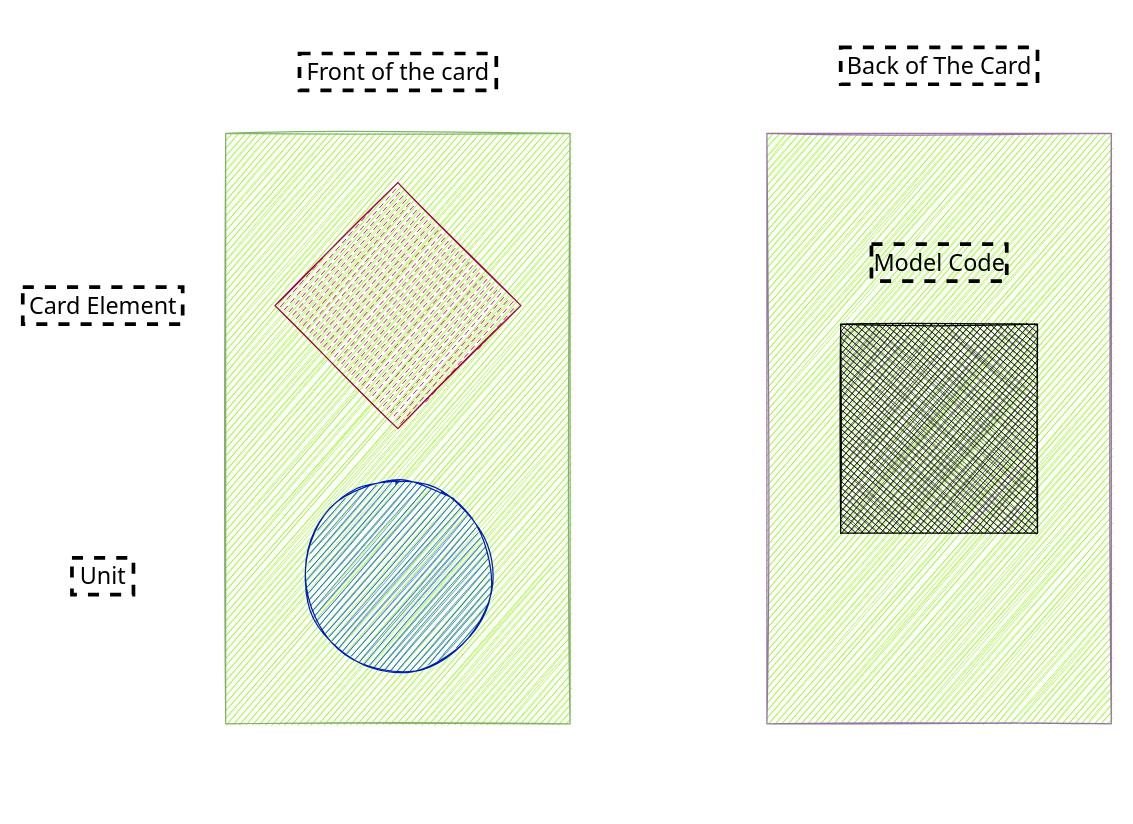
Before: diagrams and cards/CardDiagram.drawio in Bogdan405/PolyWarProject, a draw.io diagram. Source tidied: cells renumbered, new cells numbered last; positions are measured from the earlier drawing's top-left corner, leaving out a move shared by most shapes. Both pictures are drawn from the tidied source at 123%, with x=0, y=0 at pixel (22, 47).
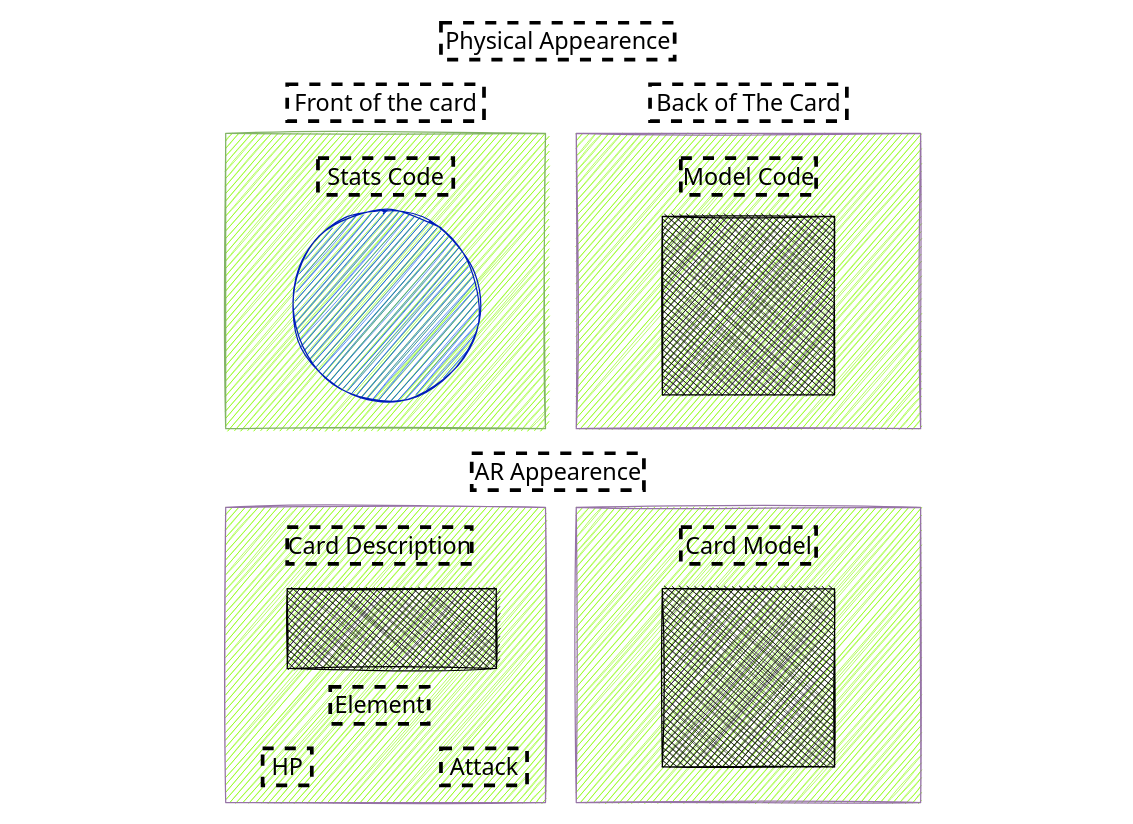
Above is the later version.

Commit message (it also covers changes not shown here):
Updated Card Diagram

What changed in the source:
```diff
@@
     <mxCell id="2" style="rounded=0;whiteSpace=wrap;html=1;strokeColor=#82b366;sketch=1;fillColor=#87FC00;" parent="1" vertex="1">
-      <mxGeometry x="165" y="70" width="280" height="480" as="geometry" />
+      <mxGeometry x="165" y="70" width="260" height="240" as="geometry" />
     </mxCell>
     <mxCell id="3" style="rounded=0;whiteSpace=wrap;html=1;strokeColor=#9673a6;sketch=1;glass=0;fillColor=#87FC00;" parent="1" vertex="1">
-      <mxGeometry x="605" y="70" width="280" height="480" as="geometry" />
+      <mxGeometry x="450" y="70" width="280" height="240" as="geometry" />
     </mxCell>
     <mxCell id="4" style="rounded=0;whiteSpace=wrap;html=1;glass=0;sketch=1;fillColor=#000000;fillStyle=cross-hatch;" parent="1" vertex="1">
-      <mxGeometry x="665" y="225" width="160" height="170" as="geometry" />
+      <mxGeometry x="520" y="137.5" width="140" height="145" as="geometry" />
     </mxCell>
-    <mxCell id="5" style="rhombus;whiteSpace=wrap;html=1;glass=0;sketch=1;fillColor=#d80073;strokeColor=#A50040;fontColor=#ffffff;fillStyle=dashed;" parent="1" vertex="1">
-      <mxGeometry x="205" y="110" width="200" height="200" as="geometry" />
-    </mxCell>
     <mxCell id="6" style="ellipse;whiteSpace=wrap;html=1;glass=0;sketch=1;fillColor=#0050ef;strokeColor=#001DBC;fontColor=#ffffff;fillStyle=dots;" parent="1" vertex="1">
-      <mxGeometry x="225" y="350" width="160" height="160" as="geometry" />
+      <mxGeometry x="215" y="130" width="160" height="160" as="geometry" />
     </mxCell>
     <mxCell id="7" value="Front of the card" style="text;html=1;align=center;verticalAlign=middle;fontSize=19;fontFamily=Tahoma;strokeColor=#000000;dashed=1;strokeWidth=3;" parent="1" vertex="1">
-      <mxGeometry x="225" y="5" width="160" height="30" as="geometry" />
+      <mxGeometry x="215" y="30" width="160" height="30" as="geometry" />
     </mxCell>
     <mxCell id="8" value="Back of The Card" style="text;html=1;align=center;verticalAlign=middle;fontSize=19;fontFamily=Tahoma;strokeColor=#000000;dashed=1;strokeWidth=3;" parent="1" vertex="1">
-      <mxGeometry x="665" width="160" height="30" as="geometry" />
+      <mxGeometry x="510" y="30" width="160" height="30" as="geometry" />
     </mxCell>
-    <mxCell id="9" value="Card Element" style="text;html=1;align=center;verticalAlign=middle;fontSize=19;fontFamily=Tahoma;strokeColor=#000000;dashed=1;strokeWidth=3;" parent="1" vertex="1">
-      <mxGeometry y="195" width="130" height="30" as="geometry" />
-    </mxCell>
-    <mxCell id="10" value="Unit" style="text;html=1;align=center;verticalAlign=middle;fontSize=19;fontFamily=Tahoma;strokeColor=#000000;dashed=1;strokeWidth=3;" parent="1" vertex="1">
-      <mxGeometry x="40" y="415" width="50" height="30" as="geometry" />
-    </mxCell>
     <mxCell id="11" value="Model Code" style="text;html=1;align=center;verticalAlign=middle;fontSize=19;fontFamily=Tahoma;strokeColor=#000000;dashed=1;strokeWidth=3;" parent="1" vertex="1">
-      <mxGeometry x="690" y="160" width="110" height="30" as="geometry" />
+      <mxGeometry x="535" y="90" width="110" height="30" as="geometry" />
     </mxCell>
+    <mxCell id="12" value="Stats Code" style="text;html=1;align=center;verticalAlign=middle;fontSize=19;fontFamily=Tahoma;strokeColor=#000000;dashed=1;strokeWidth=3;" parent="1" vertex="1">
+      <mxGeometry x="240" y="90" width="110" height="30" as="geometry" />
+    </mxCell>
+    <mxCell id="13" value="Physical Appearence" style="text;html=1;align=center;verticalAlign=middle;fontSize=19;fontFamily=Tahoma;strokeColor=#000000;dashed=1;strokeWidth=3;" parent="1" vertex="1">
+      <mxGeometry x="340" y="-20" width="190" height="30" as="geometry" />
+    </mxCell>
+    <mxCell id="14" value="AR Appearence" style="text;html=1;align=center;verticalAlign=middle;fontSize=19;fontFamily=Tahoma;strokeColor=#000000;dashed=1;strokeWidth=3;" parent="1" vertex="1">
+      <mxGeometry x="365" y="330" width="140" height="30" as="geometry" />
+    </mxCell>
+    <mxCell id="15" style="rounded=0;whiteSpace=wrap;html=1;strokeColor=#9673a6;sketch=1;glass=0;fillColor=#87FC00;" parent="1" vertex="1">
+      <mxGeometry x="450" y="374" width="280" height="240" as="geometry" />
+    </mxCell>
+    <mxCell id="16" style="rounded=0;whiteSpace=wrap;html=1;glass=0;sketch=1;fillColor=#000000;fillStyle=cross-hatch;" parent="1" vertex="1">
+      <mxGeometry x="520" y="440" width="140" height="145" as="geometry" />
+    </mxCell>
+    <mxCell id="17" value="Card Model" style="text;html=1;align=center;verticalAlign=middle;fontSize=19;fontFamily=Tahoma;strokeColor=#000000;dashed=1;strokeWidth=3;" parent="1" vertex="1">
+      <mxGeometry x="535" y="390" width="110" height="30" as="geometry" />
+    </mxCell>
+    <mxCell id="18" style="rounded=0;whiteSpace=wrap;html=1;strokeColor=#9673a6;sketch=1;glass=0;fillColor=#87FC00;" parent="1" vertex="1">
+      <mxGeometry x="165" y="374" width="260" height="240" as="geometry" />
+    </mxCell>
+    <mxCell id="19" value="HP" style="text;html=1;align=center;verticalAlign=middle;fontSize=19;fontFamily=Tahoma;strokeColor=#000000;dashed=1;strokeWidth=3;" parent="1" vertex="1">
+      <mxGeometry x="195" y="570" width="40" height="30" as="geometry" />
+    </mxCell>
+    <mxCell id="20" value="Attack" style="text;html=1;align=center;verticalAlign=middle;fontSize=19;fontFamily=Tahoma;strokeColor=#000000;dashed=1;strokeWidth=3;" parent="1" vertex="1">
+      <mxGeometry x="340" y="570" width="70" height="30" as="geometry" />
+    </mxCell>
+    <mxCell id="21" value="Card Description" style="text;html=1;align=center;verticalAlign=middle;fontSize=19;fontFamily=Tahoma;strokeColor=#000000;dashed=1;strokeWidth=3;" parent="1" vertex="1">
+      <mxGeometry x="215" y="390" width="150" height="30" as="geometry" />
+    </mxCell>
+    <mxCell id="22" style="rounded=0;whiteSpace=wrap;html=1;glass=0;sketch=1;fillColor=#000000;fillStyle=cross-hatch;" parent="1" vertex="1">
+      <mxGeometry x="215" y="440" width="170" height="65" as="geometry" />
+    </mxCell>
+    <mxCell id="23" value="Element" style="text;html=1;align=center;verticalAlign=middle;fontSize=19;fontFamily=Tahoma;strokeColor=#000000;dashed=1;strokeWidth=3;" parent="1" vertex="1">
+      <mxGeometry x="250" y="520" width="80" height="30" as="geometry" />
+    </mxCell>
```
